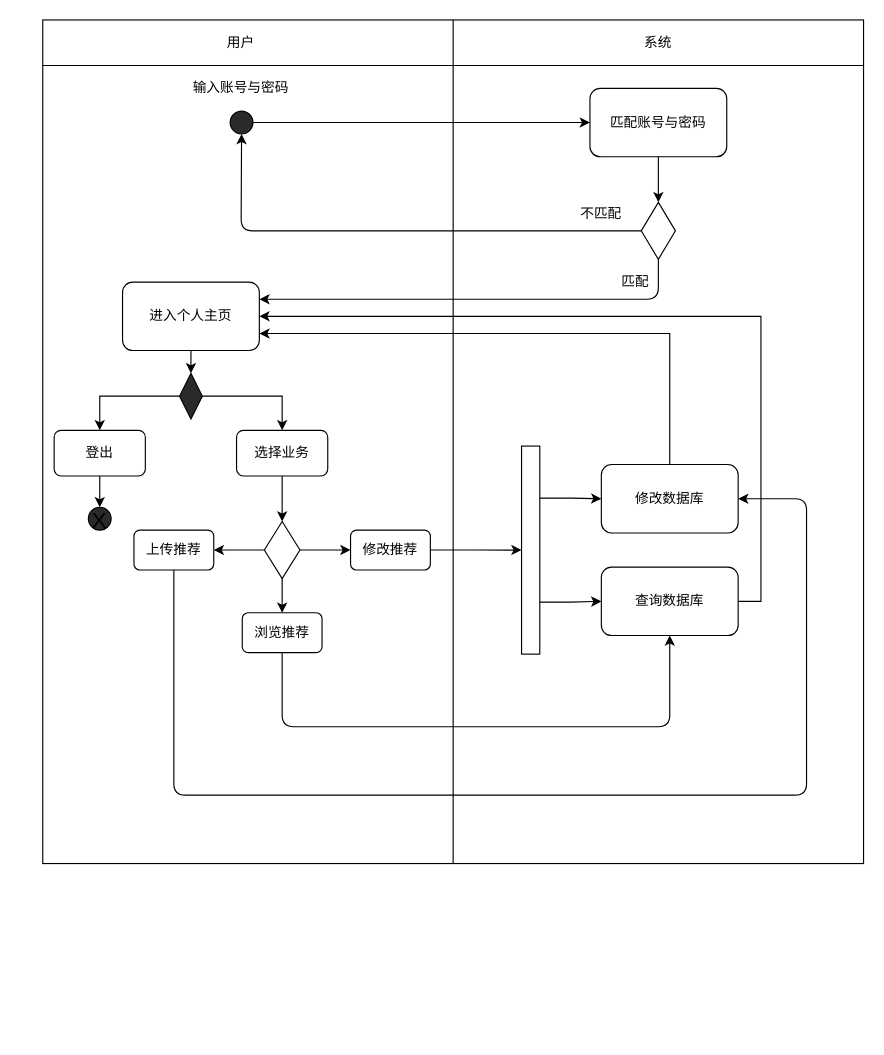
unicornt/takeaway_recommend keeps this draw.io diagram as DOCUMENT/uml/活动图/登录.drawio. Above is the earlier version. Source tidied: cells renumbered, new cells numbered last; positions are measured from the earlier drawing's top-left corner, leaving out a move shared by most shapes. Both pictures are drawn from the tidied source at 114%, with x=0, y=0 at pixel (42, 19).
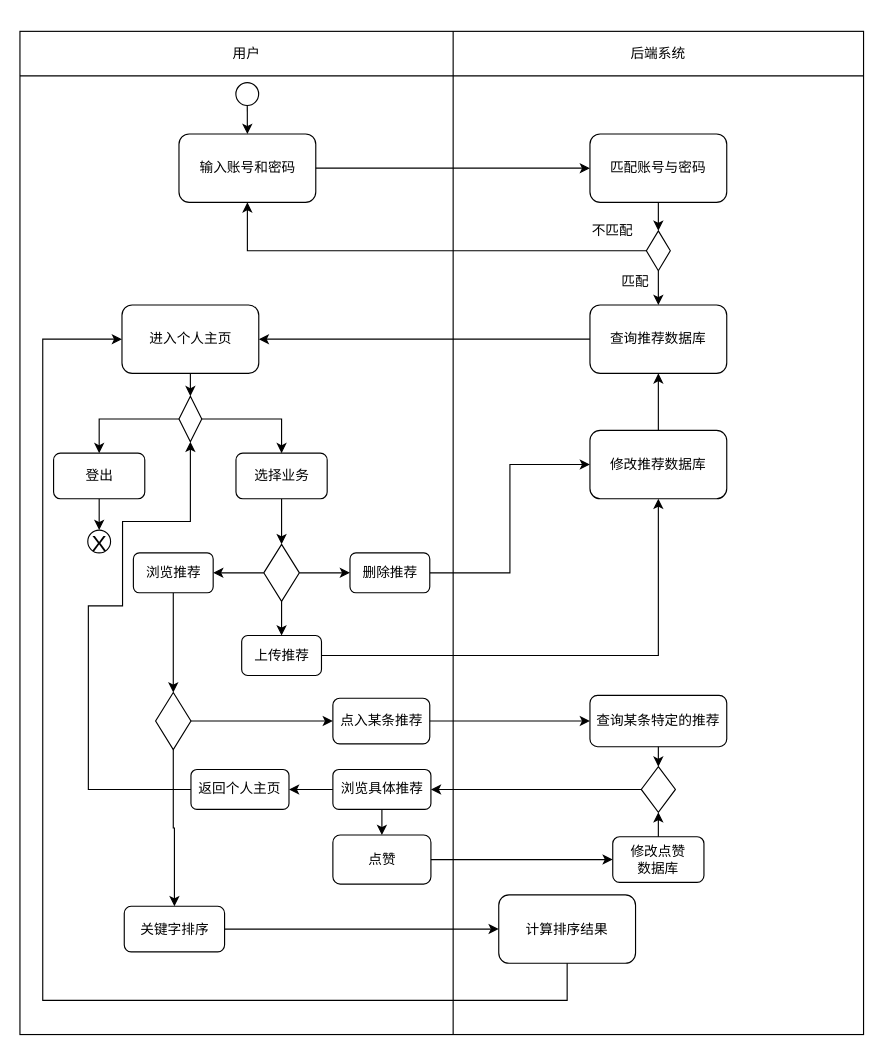
The same diagram, later.

What changed in the source:
```diff
@@
-    <mxCell id="2" style="shape=internalStorage;whiteSpace=wrap;html=1;backgroundOutline=1;dx=360;dy=40;" parent="1" vertex="1">
-      <mxGeometry width="720" height="740" as="geometry" />
+    <mxCell id="2" style="shape=internalStorage;whiteSpace=wrap;html=1;backgroundOutline=1;dx=380;dy=39;" parent="1" vertex="1">
+      <mxGeometry x="-20" y="10" width="740" height="880" as="geometry" />
     </mxCell>
     <mxCell id="3" value="用户" style="text;html=1;strokeColor=none;fillColor=none;align=center;verticalAlign=middle;whiteSpace=wrap;rounded=0;" parent="1" vertex="1">
-      <mxGeometry x="154.4" y="10" width="40" height="20" as="geometry" />
+      <mxGeometry x="159.4" y="20" width="40" height="20" as="geometry" />
     </mxCell>
-    <mxCell id="4" value="系统" style="text;html=1;strokeColor=none;fillColor=none;align=center;verticalAlign=middle;whiteSpace=wrap;rounded=0;" parent="1" vertex="1">
-      <mxGeometry x="520" y="10" width="40" height="20" as="geometry" />
+    <mxCell id="4" value="后端系统" style="text;html=1;strokeColor=none;fillColor=none;align=center;verticalAlign=middle;whiteSpace=wrap;rounded=0;" parent="1" vertex="1">
+      <mxGeometry x="495" y="20" width="90" height="20" as="geometry" />
     </mxCell>
+    <mxCell id="42" style="edgeStyle=orthogonalEdgeStyle;rounded=0;jettySize=auto;html=1;exitX=0.5;exitY=1;exitDx=0;exitDy=0;entryX=0.5;entryY=0;entryDx=0;entryDy=0;" parent="1" edge="1" source="5" target="50">
+      <mxGeometry relative="1" as="geometry" />
+    </mxCell>
-    <mxCell id="5" style="ellipse;whiteSpace=wrap;html=1;fillColor=#2A2A2A;" parent="1" vertex="1">
-      <mxGeometry x="164.4" y="80" width="20" height="20" as="geometry" />
+    <mxCell id="5" style="ellipse;whiteSpace=wrap;html=1;fillColor=none;" parent="1" vertex="1">
+      <mxGeometry x="169.4" y="55" width="20" height="20" as="geometry" />
     </mxCell>
-    <mxCell id="6" value="输入账号与密码" style="text;html=1;strokeColor=none;fillColor=none;align=center;verticalAlign=middle;whiteSpace=wrap;rounded=0;" parent="1" vertex="1">
-      <mxGeometry x="124.4" y="50" width="100" height="20" as="geometry" />
-    </mxCell>
     <mxCell id="7" value="匹配账号与密码" style="rounded=1;whiteSpace=wrap;html=1;" parent="1" vertex="1">
-      <mxGeometry x="480" y="60" width="120" height="60" as="geometry" />
+      <mxGeometry x="480" y="100" width="120" height="60" as="geometry" />
     </mxCell>
-    <mxCell id="8" style="endArrow=classic;html=1;exitX=1;exitY=0.5;exitDx=0;exitDy=0;entryX=0;entryY=0.5;entryDx=0;entryDy=0;" parent="1" edge="1" source="5" target="7">
-      <mxGeometry relative="1" as="geometry" />
-    </mxCell>
+    <mxCell id="29" style="edgeStyle=orthogonalEdgeStyle;rounded=0;jettySize=auto;html=1;exitX=0.5;exitY=1;exitDx=0;exitDy=0;entryX=0.5;entryY=0;entryDx=0;entryDy=0;" parent="1" edge="1" source="9" target="30">
+      <mxGeometry relative="1" as="geometry" />
+    </mxCell>
+    <mxCell id="43" style="edgeStyle=orthogonalEdgeStyle;rounded=0;jettySize=auto;html=1;exitX=0;exitY=0.5;exitDx=0;exitDy=0;" parent="1" edge="1" source="9" target="50">
+      <mxGeometry relative="1" as="geometry" />
+    </mxCell>
     <mxCell id="9" style="rhombus;whiteSpace=wrap;html=1;" parent="1" vertex="1">
-      <mxGeometry x="525" y="160" width="30" height="50" as="geometry" />
+      <mxGeometry x="529.5" y="185" width="21" height="35" as="geometry" />
     </mxCell>
@@
-    <mxCell id="11" style="endArrow=classic;html=1;exitX=0;exitY=0.5;exitDx=0;exitDy=0;entryX=0.5;entryY=1;entryDx=0;entryDy=0;" parent="1" edge="1" source="9" target="5">
-      <mxGeometry relative="1" as="geometry">
-        <Array as="points">
-          <mxPoint x="174" y="185" />
-        </Array>
-      </mxGeometry>
-    </mxCell>
     <mxCell id="12" value="不匹配" style="text;html=1;strokeColor=none;fillColor=none;align=center;verticalAlign=middle;whiteSpace=wrap;rounded=0;" parent="1" vertex="1">
-      <mxGeometry x="470" y="160" width="40" height="20" as="geometry" />
+      <mxGeometry x="480" y="175" width="40" height="20" as="geometry" />
     </mxCell>
@@
     <mxCell id="14" value="进入个人主页" style="rounded=1;whiteSpace=wrap;html=1;" parent="1" vertex="1">
-      <mxGeometry x="70" y="230" width="120" height="60" as="geometry" />
+      <mxGeometry x="69.5" y="250" width="120" height="60" as="geometry" />
     </mxCell>
-    <mxCell id="15" style="endArrow=classic;html=1;exitX=0.5;exitY=1;exitDx=0;exitDy=0;entryX=1;entryY=0.25;entryDx=0;entryDy=0;" parent="1" edge="1" source="9" target="14">
-      <mxGeometry relative="1" as="geometry">
-        <Array as="points">
-          <mxPoint x="540" y="245" />
-        </Array>
-      </mxGeometry>
-    </mxCell>
@@
     <mxCell id="20" style="rhombus;whiteSpace=wrap;html=1;" parent="1" vertex="1">
-      <mxGeometry x="194.4" y="440" width="31.2" height="50" as="geometry" />
+      <mxGeometry x="193.9" y="460" width="31.2" height="50" as="geometry" />
     </mxCell>
@@
     <mxCell id="22" value="选择业务" style="rounded=1;whiteSpace=wrap;html=1;" parent="1" vertex="1">
-      <mxGeometry x="170" y="360" width="80" height="40" as="geometry" />
+      <mxGeometry x="169.5" y="380" width="80" height="40" as="geometry" />
     </mxCell>
+    <mxCell id="44" style="edgeStyle=orthogonalEdgeStyle;rounded=0;jettySize=auto;html=1;exitX=0.5;exitY=1;exitDx=0;exitDy=0;entryX=0.5;entryY=0;entryDx=0;entryDy=0;" parent="1" edge="1" source="23" target="57">
+      <mxGeometry relative="1" as="geometry" />
+    </mxCell>
-    <mxCell id="23" value="上传推荐" style="rounded=1;whiteSpace=wrap;html=1;" parent="1" vertex="1">
-      <mxGeometry x="80" y="447.5" width="70" height="35" as="geometry" />
+    <mxCell id="23" value="浏览推荐" style="rounded=1;whiteSpace=wrap;html=1;" parent="1" vertex="1">
+      <mxGeometry x="79.5" y="467.5" width="70" height="35" as="geometry" />
     </mxCell>
-    <mxCell id="24" style="edgeStyle=orthogonalEdgeStyle;rounded=0;jettySize=auto;html=1;exitX=1;exitY=0.5;exitDx=0;exitDy=0;entryX=0;entryY=0.5;entryDx=0;entryDy=0;" parent="1" edge="1" source="25" target="33">
-      <mxGeometry relative="1" as="geometry" />
-    </mxCell>
+    <mxCell id="45" style="edgeStyle=orthogonalEdgeStyle;rounded=0;jettySize=auto;html=1;exitX=1;exitY=0.5;exitDx=0;exitDy=0;entryX=0;entryY=0.5;entryDx=0;entryDy=0;" parent="1" edge="1" source="25" target="28">
+      <mxGeometry relative="1" as="geometry" />
+    </mxCell>
-    <mxCell id="25" value="修改推荐" style="rounded=1;whiteSpace=wrap;html=1;" parent="1" vertex="1">
-      <mxGeometry x="270" y="447.5" width="70" height="35" as="geometry" />
+    <mxCell id="25" value="删除推荐" style="rounded=1;whiteSpace=wrap;html=1;" parent="1" vertex="1">
+      <mxGeometry x="269.5" y="467.5" width="70" height="35" as="geometry" />
     </mxCell>
+    <mxCell id="46" style="edgeStyle=orthogonalEdgeStyle;rounded=0;jettySize=auto;html=1;exitX=1;exitY=0.5;exitDx=0;exitDy=0;" parent="1" edge="1" source="26" target="28">
+      <mxGeometry relative="1" as="geometry" />
+    </mxCell>
-    <mxCell id="26" value="浏览推荐" style="rounded=1;whiteSpace=wrap;html=1;" parent="1" vertex="1">
-      <mxGeometry x="175" y="520" width="70" height="35" as="geometry" />
+    <mxCell id="26" value="上传推荐" style="rounded=1;whiteSpace=wrap;html=1;" parent="1" vertex="1">
+      <mxGeometry x="174.5" y="540" width="70" height="35" as="geometry" />
     </mxCell>
-    <mxCell id="27" style="edgeStyle=orthogonalEdgeStyle;rounded=0;jettySize=auto;html=1;exitX=0.5;exitY=0;exitDx=0;exitDy=0;entryX=1;entryY=0.75;entryDx=0;entryDy=0;fontSize=20;" parent="1" edge="1" source="28" target="14">
-      <mxGeometry relative="1" as="geometry" />
-    </mxCell>
+    <mxCell id="47" style="edgeStyle=orthogonalEdgeStyle;rounded=0;jettySize=auto;html=1;exitX=0.5;exitY=0;exitDx=0;exitDy=0;" parent="1" edge="1" source="28" target="30">
+      <mxGeometry relative="1" as="geometry" />
+    </mxCell>
-    <mxCell id="28" value="修改数据库" style="rounded=1;whiteSpace=wrap;html=1;" parent="1" vertex="1">
-      <mxGeometry x="490" y="390" width="120" height="60" as="geometry" />
+    <mxCell id="28" value="修改推荐数据库" style="rounded=1;whiteSpace=wrap;html=1;" parent="1" vertex="1">
+      <mxGeometry x="480" y="360" width="120" height="60" as="geometry" />
     </mxCell>
-    <mxCell id="29" style="edgeStyle=orthogonalEdgeStyle;rounded=0;jettySize=auto;html=1;exitX=1;exitY=0.5;exitDx=0;exitDy=0;entryX=1;entryY=0.5;entryDx=0;entryDy=0;fontSize=20;" parent="1" edge="1" source="30" target="14">
-      <mxGeometry relative="1" as="geometry" />
-    </mxCell>
+    <mxCell id="48" style="edgeStyle=orthogonalEdgeStyle;rounded=0;jettySize=auto;html=1;exitX=0;exitY=0.5;exitDx=0;exitDy=0;entryX=1;entryY=0.5;entryDx=0;entryDy=0;" parent="1" edge="1" source="30" target="14">
+      <mxGeometry relative="1" as="geometry" />
+    </mxCell>
-    <mxCell id="30" value="查询数据库" style="rounded=1;whiteSpace=wrap;html=1;" parent="1" vertex="1">
-      <mxGeometry x="490" y="480" width="120" height="60" as="geometry" />
+    <mxCell id="30" value="查询推荐数据库" style="rounded=1;whiteSpace=wrap;html=1;" parent="1" vertex="1">
+      <mxGeometry x="480" y="250" width="120" height="60" as="geometry" />
     </mxCell>
-    <mxCell id="31" style="edgeStyle=orthogonalEdgeStyle;rounded=0;jettySize=auto;html=1;exitX=1;exitY=0.25;exitDx=0;exitDy=0;entryX=0;entryY=0.5;entryDx=0;entryDy=0;" parent="1" edge="1" source="33" target="28">
-      <mxGeometry relative="1" as="geometry" />
-    </mxCell>
-    <mxCell id="32" style="edgeStyle=orthogonalEdgeStyle;rounded=0;jettySize=auto;html=1;exitX=1;exitY=0.75;exitDx=0;exitDy=0;entryX=0;entryY=0.5;entryDx=0;entryDy=0;" parent="1" edge="1" source="33" target="30">
-      <mxGeometry relative="1" as="geometry" />
-    </mxCell>
-    <mxCell id="33" style="rounded=0;whiteSpace=wrap;html=1;" parent="1" vertex="1">
-      <mxGeometry x="420" y="373.8" width="16" height="182.5" as="geometry" />
-    </mxCell>
-    <mxCell id="34" style="endArrow=classic;html=1;exitX=0.5;exitY=1;exitDx=0;exitDy=0;entryX=0.5;entryY=1;entryDx=0;entryDy=0;" parent="1" edge="1" source="26" target="30">
-      <mxGeometry relative="1" as="geometry">
-        <Array as="points">
-          <mxPoint x="210" y="620" />
-          <mxPoint x="400" y="620" />
-          <mxPoint x="550" y="620" />
-        </Array>
-      </mxGeometry>
-    </mxCell>
-    <mxCell id="35" style="endArrow=classic;html=1;exitX=0.5;exitY=1;exitDx=0;exitDy=0;entryX=1;entryY=0.5;entryDx=0;entryDy=0;" parent="1" edge="1" source="23" target="28">
-      <mxGeometry relative="1" as="geometry">
-        <Array as="points">
-          <mxPoint x="115" y="680" />
-          <mxPoint x="360" y="680" />
-          <mxPoint x="670" y="680" />
-          <mxPoint x="670" y="420" />
-        </Array>
-      </mxGeometry>
-    </mxCell>
@@
     <mxCell id="37" value="登出" style="rounded=1;whiteSpace=wrap;html=1;" parent="1" vertex="1">
-      <mxGeometry x="10" y="360" width="80" height="40" as="geometry" />
+      <mxGeometry x="9.5" y="380" width="80" height="40" as="geometry" />
     </mxCell>
     <mxCell id="38" style="edgeStyle=orthogonalEdgeStyle;rounded=0;jettySize=auto;html=1;exitX=1;exitY=0.5;exitDx=0;exitDy=0;entryX=0.5;entryY=0;entryDx=0;entryDy=0;" parent="1" edge="1" source="40" target="22">
       <mxGeometry relative="1" as="geometry">
         <Array as="points">
-          <mxPoint x="210" y="330" />
+          <mxPoint x="210" y="350" />
         </Array>
       </mxGeometry>
     </mxCell>
@@
-    <mxCell id="40" style="rhombus;whiteSpace=wrap;html=1;fillColor=#2A2A2A;gradientColor=none;" parent="1" vertex="1">
-      <mxGeometry x="120" y="310" width="20" height="40" as="geometry" />
+    <mxCell id="40" style="rhombus;whiteSpace=wrap;html=1;fillColor=none;gradientColor=#ffffff;" parent="1" vertex="1">
+      <mxGeometry x="119.5" y="330" width="20" height="40" as="geometry" />
     </mxCell>
-    <mxCell id="41" value="X" style="ellipse;whiteSpace=wrap;html=1;fillColor=#2A2A2A;gradientColor=none;fontSize=20;" parent="1" vertex="1">
-      <mxGeometry x="40" y="427.5" width="20" height="20" as="geometry" />
+    <mxCell id="41" value="X" style="ellipse;whiteSpace=wrap;html=1;fillColor=none;gradientColor=none;fontSize=20;" parent="1" vertex="1">
+      <mxGeometry x="39.5" y="447.5" width="20" height="20" as="geometry" />
     </mxCell>
+    <mxCell id="49" style="edgeStyle=orthogonalEdgeStyle;rounded=0;jettySize=auto;html=1;exitX=1;exitY=0.5;exitDx=0;exitDy=0;" parent="1" edge="1" source="50" target="7">
+      <mxGeometry relative="1" as="geometry" />
+    </mxCell>
+    <mxCell id="50" value="输入账号和密码" style="rounded=1;whiteSpace=wrap;html=1;fillColor=none;gradientColor=#ffffff;" parent="1" vertex="1">
+      <mxGeometry x="119.5" y="100" width="120" height="60" as="geometry" />
+    </mxCell>
+    <mxCell id="51" style="edgeStyle=orthogonalEdgeStyle;rounded=0;jettySize=auto;html=1;exitX=0.5;exitY=1;exitDx=0;exitDy=0;entryX=0.5;entryY=0;entryDx=0;entryDy=0;" parent="1" edge="1" source="52" target="66">
+      <mxGeometry relative="1" as="geometry" />
+    </mxCell>
+    <mxCell id="52" value="查询某条特定的推荐" style="rounded=1;whiteSpace=wrap;html=1;fillColor=none;gradientColor=#ffffff;" parent="1" vertex="1">
+      <mxGeometry x="480" y="592.5" width="120" height="45" as="geometry" />
+    </mxCell>
+    <mxCell id="53" style="edgeStyle=orthogonalEdgeStyle;rounded=0;jettySize=auto;html=1;exitX=1;exitY=0.5;exitDx=0;exitDy=0;entryX=0;entryY=0.5;entryDx=0;entryDy=0;" parent="1" edge="1" source="54" target="61">
+      <mxGeometry relative="1" as="geometry" />
+    </mxCell>
+    <mxCell id="54" value="关键字排序" style="rounded=1;whiteSpace=wrap;html=1;fillColor=none;gradientColor=#ffffff;" parent="1" vertex="1">
+      <mxGeometry x="71.5" y="777.5" width="88" height="40" as="geometry" />
+    </mxCell>
+    <mxCell id="55" style="edgeStyle=orthogonalEdgeStyle;rounded=0;jettySize=auto;html=1;exitX=1;exitY=0.5;exitDx=0;exitDy=0;entryX=0;entryY=0.5;entryDx=0;entryDy=0;" parent="1" edge="1" source="57" target="59">
+      <mxGeometry relative="1" as="geometry" />
+    </mxCell>
+    <mxCell id="56" style="edgeStyle=orthogonalEdgeStyle;rounded=0;jettySize=auto;html=1;exitX=0.5;exitY=1;exitDx=0;exitDy=0;" parent="1" edge="1" source="57" target="54">
+      <mxGeometry relative="1" as="geometry" />
+    </mxCell>
+    <mxCell id="57" style="rhombus;whiteSpace=wrap;html=1;fillColor=none;gradientColor=#ffffff;" parent="1" vertex="1">
+      <mxGeometry x="99" y="590" width="31" height="50" as="geometry" />
+    </mxCell>
+    <mxCell id="58" style="edgeStyle=orthogonalEdgeStyle;rounded=0;jettySize=auto;html=1;exitX=1;exitY=0.5;exitDx=0;exitDy=0;entryX=0;entryY=0.5;entryDx=0;entryDy=0;" parent="1" edge="1" source="59" target="52">
+      <mxGeometry relative="1" as="geometry" />
+    </mxCell>
+    <mxCell id="59" value="点入某条推荐" style="rounded=1;whiteSpace=wrap;html=1;fillColor=none;gradientColor=#ffffff;" parent="1" vertex="1">
+      <mxGeometry x="254.5" y="595" width="85" height="40" as="geometry" />
+    </mxCell>
+    <mxCell id="60" style="edgeStyle=orthogonalEdgeStyle;rounded=0;jettySize=auto;html=1;exitX=0.5;exitY=1;exitDx=0;exitDy=0;entryX=0;entryY=0.5;entryDx=0;entryDy=0;" parent="1" edge="1" source="61" target="14">
+      <mxGeometry relative="1" as="geometry">
+        <Array as="points">
+          <mxPoint x="460" y="860" />
+          <mxPoint y="860" />
+          <mxPoint y="280" />
+        </Array>
+      </mxGeometry>
+    </mxCell>
+    <mxCell id="61" value="计算排序结果" style="rounded=1;whiteSpace=wrap;html=1;fillColor=none;gradientColor=#ffffff;" parent="1" vertex="1">
+      <mxGeometry x="400" y="767.5" width="120" height="60" as="geometry" />
+    </mxCell>
+    <mxCell id="62" style="edgeStyle=orthogonalEdgeStyle;rounded=0;jettySize=auto;html=1;exitX=0.5;exitY=1;exitDx=0;exitDy=0;entryX=0.5;entryY=0;entryDx=0;entryDy=0;" parent="1" edge="1" source="64" target="70">
+      <mxGeometry relative="1" as="geometry" />
+    </mxCell>
+    <mxCell id="63" style="edgeStyle=orthogonalEdgeStyle;rounded=0;jettySize=auto;html=1;exitX=0;exitY=0.5;exitDx=0;exitDy=0;entryX=1;entryY=0.5;entryDx=0;entryDy=0;" parent="1" edge="1" source="64" target="72">
+      <mxGeometry relative="1" as="geometry" />
+    </mxCell>
+    <mxCell id="64" value="浏览具体推荐" style="rounded=1;whiteSpace=wrap;html=1;fillColor=none;gradientColor=#ffffff;" parent="1" vertex="1">
+      <mxGeometry x="254.5" y="657.5" width="86" height="35" as="geometry" />
+    </mxCell>
+    <mxCell id="65" style="edgeStyle=orthogonalEdgeStyle;rounded=0;jettySize=auto;html=1;exitX=0;exitY=0.5;exitDx=0;exitDy=0;entryX=1;entryY=0.5;entryDx=0;entryDy=0;" parent="1" edge="1" source="66" target="64">
+      <mxGeometry relative="1" as="geometry" />
+    </mxCell>
+    <mxCell id="66" style="rhombus;whiteSpace=wrap;html=1;fillColor=none;gradientColor=#ffffff;" parent="1" vertex="1">
+      <mxGeometry x="525" y="655" width="30" height="40" as="geometry" />
+    </mxCell>
+    <mxCell id="67" style="edgeStyle=orthogonalEdgeStyle;rounded=0;jettySize=auto;html=1;exitX=0.5;exitY=0;exitDx=0;exitDy=0;entryX=0.5;entryY=1;entryDx=0;entryDy=0;" parent="1" edge="1" source="68" target="66">
+      <mxGeometry relative="1" as="geometry" />
+    </mxCell>
+    <mxCell id="68" value="修改点赞&lt;br&gt;数据库" style="rounded=1;whiteSpace=wrap;html=1;fillColor=none;gradientColor=#ffffff;" parent="1" vertex="1">
+      <mxGeometry x="500" y="716.5" width="80" height="40" as="geometry" />
+    </mxCell>
+    <mxCell id="69" style="edgeStyle=orthogonalEdgeStyle;rounded=0;jettySize=auto;html=1;exitX=1;exitY=0.5;exitDx=0;exitDy=0;entryX=0;entryY=0.5;entryDx=0;entryDy=0;" parent="1" edge="1" source="70" target="68">
+      <mxGeometry relative="1" as="geometry" />
+    </mxCell>
+    <mxCell id="70" value="点赞" style="rounded=1;whiteSpace=wrap;html=1;fillColor=none;gradientColor=#ffffff;" parent="1" vertex="1">
+      <mxGeometry x="254.5" y="715" width="86" height="43" as="geometry" />
+    </mxCell>
+    <mxCell id="71" style="edgeStyle=orthogonalEdgeStyle;rounded=0;jettySize=auto;html=1;exitX=0;exitY=0.5;exitDx=0;exitDy=0;entryX=0.5;entryY=1;entryDx=0;entryDy=0;" parent="1" edge="1" source="72" target="40">
+      <mxGeometry relative="1" as="geometry">
+        <Array as="points">
+          <mxPoint x="40" y="675" />
+          <mxPoint x="40" y="514" />
+          <mxPoint x="70" y="514" />
+          <mxPoint x="70" y="440" />
+          <mxPoint x="130" y="440" />
+        </Array>
+      </mxGeometry>
+    </mxCell>
+    <mxCell id="72" value="返回个人主页" style="rounded=1;whiteSpace=wrap;html=1;fillColor=none;gradientColor=#ffffff;" parent="1" vertex="1">
+      <mxGeometry x="130" y="657.5" width="86" height="35" as="geometry" />
+    </mxCell>
```
